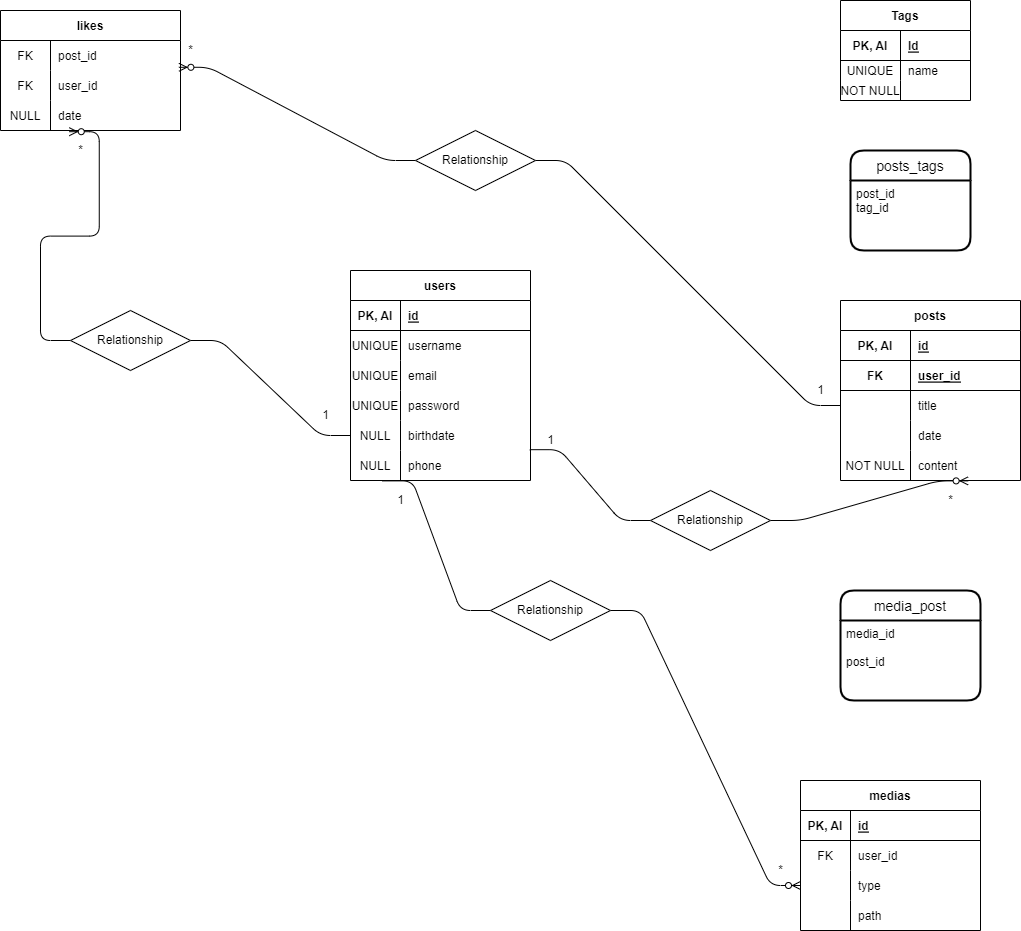
The draw.io diagram Step1DiagrammaER/schema.png in cristinagiacobbe/social-platform, before a commit. Source tidied: cells renumbered, new cells last; positions are measured from the earlier drawing's top-left corner, leaving out a move shared by most shapes.
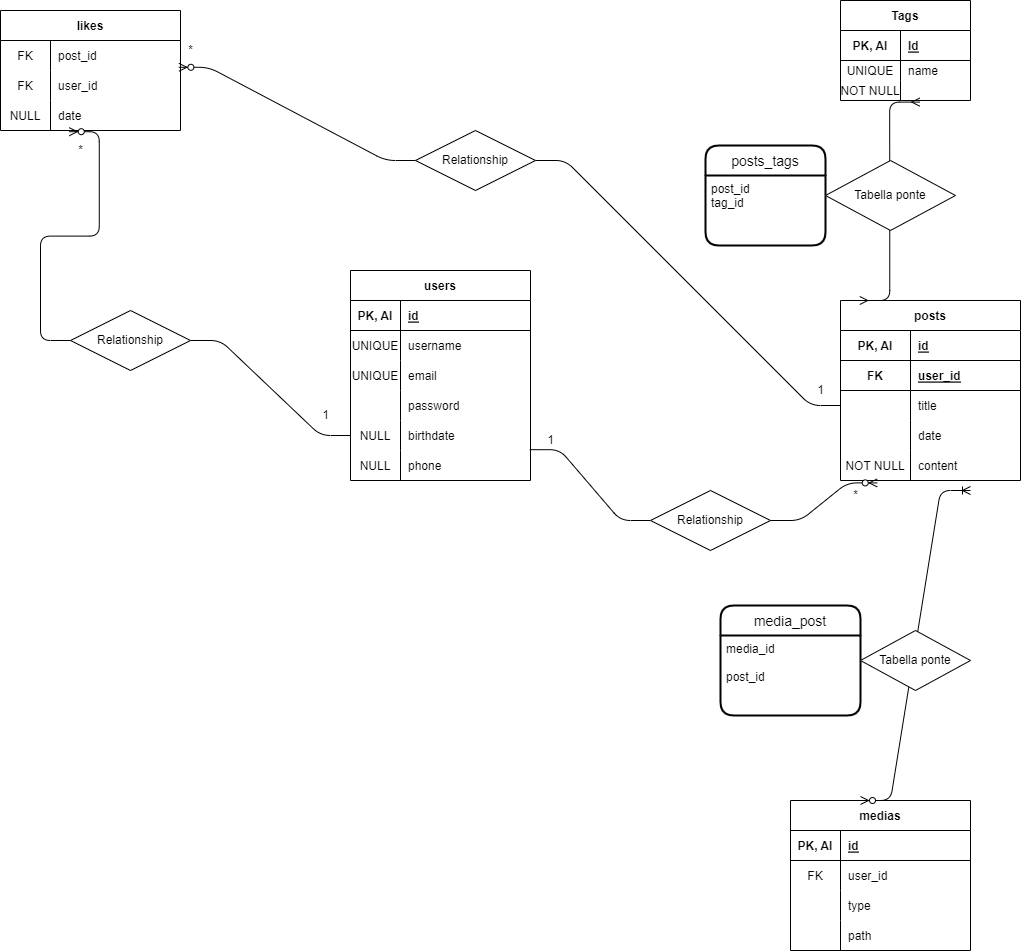
The same file after the commit.

Commit message:
Fix schema step 1

What changed in the source:
```diff
@@ -35,7 +35,7 @@
     <mxCell id="12" style="shape=tableRow;horizontal=0;startSize=0;swimlaneHead=0;swimlaneBody=0;fillColor=none;top=0;left=0;right=0;bottom=0;" parent="2" vertex="1">
       <mxGeometry y="120" width="180" height="30" as="geometry" />
     </mxCell>
-    <mxCell id="13" value="UNIQUE" style="shape=partialRectangle;fillColor=none;top=0;left=0;bottom=0;right=0;overflow=hidden;" parent="12" vertex="1">
+    <mxCell id="13" style="shape=partialRectangle;fillColor=none;top=0;left=0;bottom=0;right=0;overflow=hidden;" parent="12" vertex="1">
       <mxGeometry width="50" height="30" as="geometry" />
     </mxCell>
     <mxCell id="14" value="password" style="shape=partialRectangle;fillColor=none;top=0;left=0;bottom=0;right=0;align=left;spacingLeft=6;overflow=hidden;" parent="12" vertex="1">
@@ -108,7 +108,7 @@
       <mxGeometry x="70" width="110" height="30" as="geometry" />
     </mxCell>
     <mxCell id="37" value="medias" style="shape=table;startSize=30;rowLines=0;fontStyle=1;align=center;" parent="1" vertex="1">
-      <mxGeometry x="800" y="780" width="180" height="150" as="geometry" />
+      <mxGeometry x="790" y="800" width="180" height="150" as="geometry" />
     </mxCell>
     <mxCell id="38" style="shape=tableRow;horizontal=0;startSize=0;swimlaneHead=0;swimlaneBody=0;fillColor=none;top=0;left=0;right=0;bottom=1;" parent="37" vertex="1">
       <mxGeometry y="30" width="180" height="30" as="geometry" />
@@ -147,7 +147,7 @@
       <mxGeometry x="50" width="130" height="30" as="geometry" />
     </mxCell>
     <mxCell id="50" value="media_post" style="swimlane;horizontal=1;startSize=30;rounded=1;fontSize=14;fontStyle=0;strokeWidth=2;shadow=0;dashed=0;align=center;" parent="1" vertex="1">
-      <mxGeometry x="840" y="590" width="140" height="110" as="geometry" />
+      <mxGeometry x="720" y="605" width="140" height="110" as="geometry" />
     </mxCell>
     <mxCell id="51" value="media_id&#10;&#10;post_id" style="align=left;strokeColor=none;fillColor=none;spacingLeft=4;fontSize=12;verticalAlign=top;" parent="50" vertex="1">
       <mxGeometry y="30" width="140" height="80" as="geometry" />
@@ -182,7 +182,7 @@
     <mxCell id="61" value="date" style="shape=partialRectangle;fillColor=none;top=0;left=0;bottom=0;right=0;align=left;spacingLeft=6;overflow=hidden;" parent="59" vertex="1">
       <mxGeometry x="50" width="130" height="30" as="geometry" />
     </mxCell>
-    <mxCell id="62" style="edgeStyle=entityRelationEdgeStyle;fontSize=12;html=1;endArrow=ERzeroToMany;endFill=1;exitX=1;exitY=0.5;exitDx=0;exitDy=0;startArrow=none;entryX=0.709;entryY=1.013;entryDx=0;entryDy=0;entryPerimeter=0;" parent="1" edge="1" source="64" target="34">
+    <mxCell id="62" style="edgeStyle=entityRelationEdgeStyle;fontSize=12;html=1;endArrow=ERzeroToMany;endFill=1;exitX=1;exitY=0.5;exitDx=0;exitDy=0;startArrow=none;entryX=0.204;entryY=1.08;entryDx=0;entryDy=0;entryPerimeter=0;" parent="1" edge="1" source="64" target="34">
       <mxGeometry relative="1" as="geometry" />
     </mxCell>
     <mxCell id="63" style="edgeStyle=entityRelationEdgeStyle;fontSize=12;html=1;endArrow=none;endFill=1;exitX=0.996;exitY=0.973;exitDx=0;exitDy=0;exitPerimeter=0;" parent="1" edge="1" source="15" target="64">
@@ -191,15 +191,6 @@
     <mxCell id="64" value="Relationship" style="shape=rhombus;perimeter=rhombusPerimeter;whiteSpace=wrap;html=1;align=center;" parent="1" vertex="1">
       <mxGeometry x="650" y="490" width="120" height="60" as="geometry" />
     </mxCell>
-    <mxCell id="65" style="edgeStyle=entityRelationEdgeStyle;fontSize=12;html=1;endArrow=ERzeroToMany;endFill=1;entryX=0;entryY=0.5;entryDx=0;entryDy=0;startArrow=none;" parent="1" edge="1" source="67" target="44">
-      <mxGeometry relative="1" as="geometry" />
-    </mxCell>
-    <mxCell id="66" style="edgeStyle=entityRelationEdgeStyle;fontSize=12;html=1;endArrow=none;endFill=1;entryX=0;entryY=0.5;entryDx=0;entryDy=0;exitX=0.178;exitY=1.013;exitDx=0;exitDy=0;exitPerimeter=0;" parent="1" edge="1" source="18" target="67">
-      <mxGeometry relative="1" as="geometry" />
-    </mxCell>
-    <mxCell id="67" value="Relationship" style="shape=rhombus;perimeter=rhombusPerimeter;whiteSpace=wrap;html=1;align=center;" parent="1" vertex="1">
-      <mxGeometry x="490" y="580" width="120" height="60" as="geometry" />
-    </mxCell>
     <mxCell id="68" style="edgeStyle=entityRelationEdgeStyle;fontSize=12;html=1;endArrow=ERzeroToMany;endFill=1;exitX=0;exitY=0.5;exitDx=0;exitDy=0;entryX=0.991;entryY=-0.107;entryDx=0;entryDy=0;entryPerimeter=0;startArrow=none;" parent="1" edge="1" source="70" target="56">
       <mxGeometry relative="1" as="geometry" />
     </mxCell>
@@ -221,14 +212,11 @@
     <mxCell id="74" value="1" style="text;html=1;align=center;verticalAlign=middle;strokeColor=none;fillColor=none;" parent="1" vertex="1">
       <mxGeometry x="535" y="425" width="30" height="30" as="geometry" />
     </mxCell>
-    <mxCell id="75" value="1" style="text;html=1;align=center;verticalAlign=middle;strokeColor=none;fillColor=none;" parent="1" vertex="1">
-      <mxGeometry x="385" y="485" width="30" height="30" as="geometry" />
-    </mxCell>
     <mxCell id="76" value="1" style="text;html=1;align=center;verticalAlign=middle;strokeColor=none;fillColor=none;" parent="1" vertex="1">
       <mxGeometry x="310" y="400" width="30" height="30" as="geometry" />
     </mxCell>
     <mxCell id="77" value="posts_tags" style="swimlane;horizontal=1;startSize=30;rounded=1;fontSize=14;fontStyle=0;strokeWidth=2;shadow=0;dashed=0;align=center;" parent="1" vertex="1">
-      <mxGeometry x="850" y="150" width="120" height="100" as="geometry" />
+      <mxGeometry x="705" y="145" width="120" height="100" as="geometry" />
     </mxCell>
     <mxCell id="78" value="post_id&#10;tag_id" style="align=left;strokeColor=none;fillColor=none;spacingLeft=4;fontSize=12;verticalAlign=top;" parent="77" vertex="1">
       <mxGeometry y="30" width="120" height="70" as="geometry" />
@@ -264,7 +252,7 @@
       <mxGeometry x="60" width="70" height="20" as="geometry" />
     </mxCell>
     <mxCell id="89" value="*" style="text;html=1;align=center;verticalAlign=middle;strokeColor=none;fillColor=none;" parent="1" vertex="1">
-      <mxGeometry x="935" y="485" width="30" height="30" as="geometry" />
+      <mxGeometry x="840" y="480" width="30" height="30" as="geometry" />
     </mxCell>
     <mxCell id="90" value="1" style="text;html=1;align=center;verticalAlign=middle;strokeColor=none;fillColor=none;" parent="1" vertex="1">
       <mxGeometry x="805" y="375" width="30" height="30" as="geometry" />
@@ -275,8 +263,20 @@
     <mxCell id="92" value="*" style="text;html=1;align=center;verticalAlign=middle;strokeColor=none;fillColor=none;" parent="1" vertex="1">
       <mxGeometry x="65" y="135" width="30" height="30" as="geometry" />
     </mxCell>
-    <mxCell id="93" value="*" style="text;html=1;align=center;verticalAlign=middle;strokeColor=none;fillColor=none;" parent="1" vertex="1">
-      <mxGeometry x="765" y="855" width="30" height="30" as="geometry" />
-    </mxCell>
+    <mxCell id="94" style="edgeStyle=entityRelationEdgeStyle;fontSize=12;html=1;endArrow=ERmany;startArrow=ERmany;entryX=0.609;entryY=1.08;entryDx=0;entryDy=0;entryPerimeter=0;exitX=0.107;exitY=0;exitDx=0;exitDy=0;exitPerimeter=0;" parent="1" edge="1" source="21" target="86">
+      <mxGeometry relative="1" as="geometry" />
+    </mxCell>
+    <mxCell id="95" value="Tabella ponte" style="shape=rhombus;perimeter=rhombusPerimeter;whiteSpace=wrap;html=1;align=center;" parent="1" vertex="1">
+      <mxGeometry x="825" y="160" width="130" height="70" as="geometry" />
+    </mxCell>
+    <mxCell id="96" style="edgeStyle=entityRelationEdgeStyle;fontSize=12;html=1;endArrow=ERoneToMany;startArrow=ERzeroToMany;" parent="1" edge="1">
+      <mxGeometry relative="1" as="geometry">
+        <mxPoint x="860" y="800" as="sourcePoint" />
+        <mxPoint x="970" y="490" as="targetPoint" />
+      </mxGeometry>
+    </mxCell>
+    <mxCell id="97" value="Tabella ponte" style="shape=rhombus;perimeter=rhombusPerimeter;whiteSpace=wrap;html=1;align=center;" parent="1" vertex="1">
+      <mxGeometry x="860" y="630" width="110" height="60" as="geometry" />
+    </mxCell>
   </root>
 </mxGraphModel>
```
